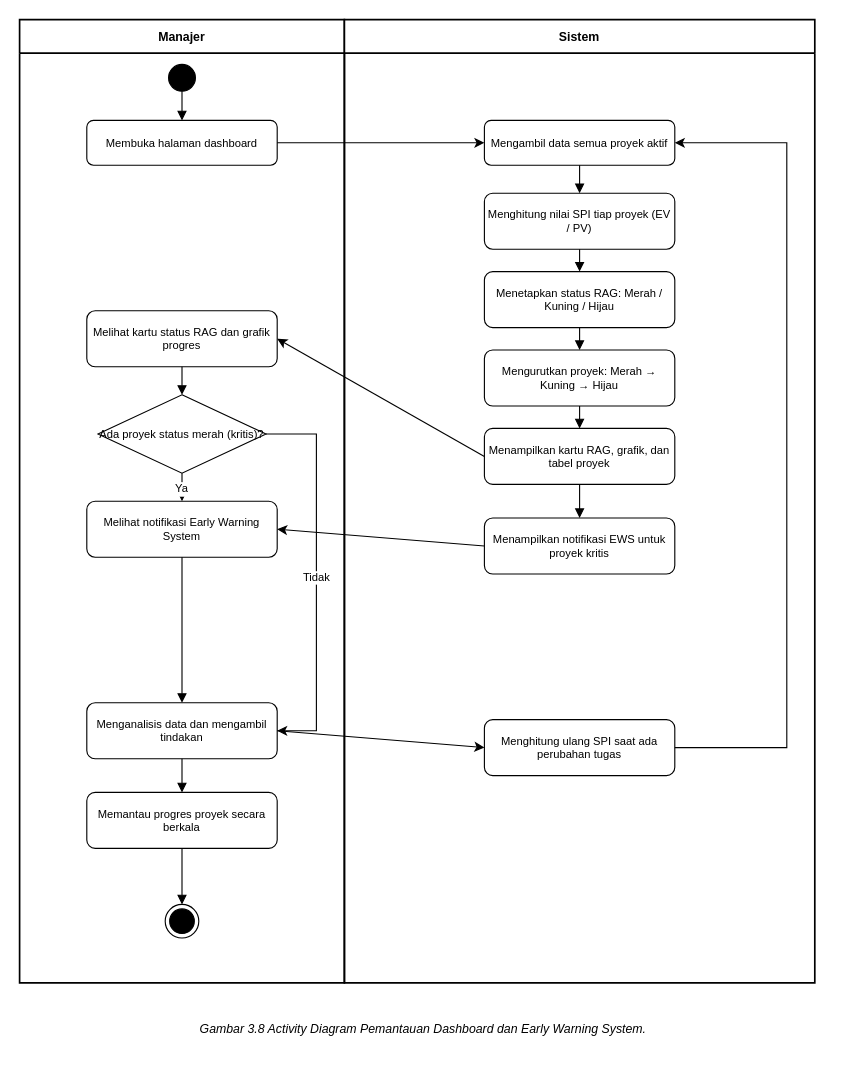
The draw.io diagram diagram/ai/Activity/AD_KELOLA_DASHBOARD.drawio in evelleura/shi-dashboard, before the edit. Source tidied: cells renumbered, new cells numbered last; positions are measured from the earlier drawing's top-left corner, leaving out a move shared by most shapes. Both pictures are drawn from the tidied source at 112%, with x=0, y=0 at pixel (19, 19).
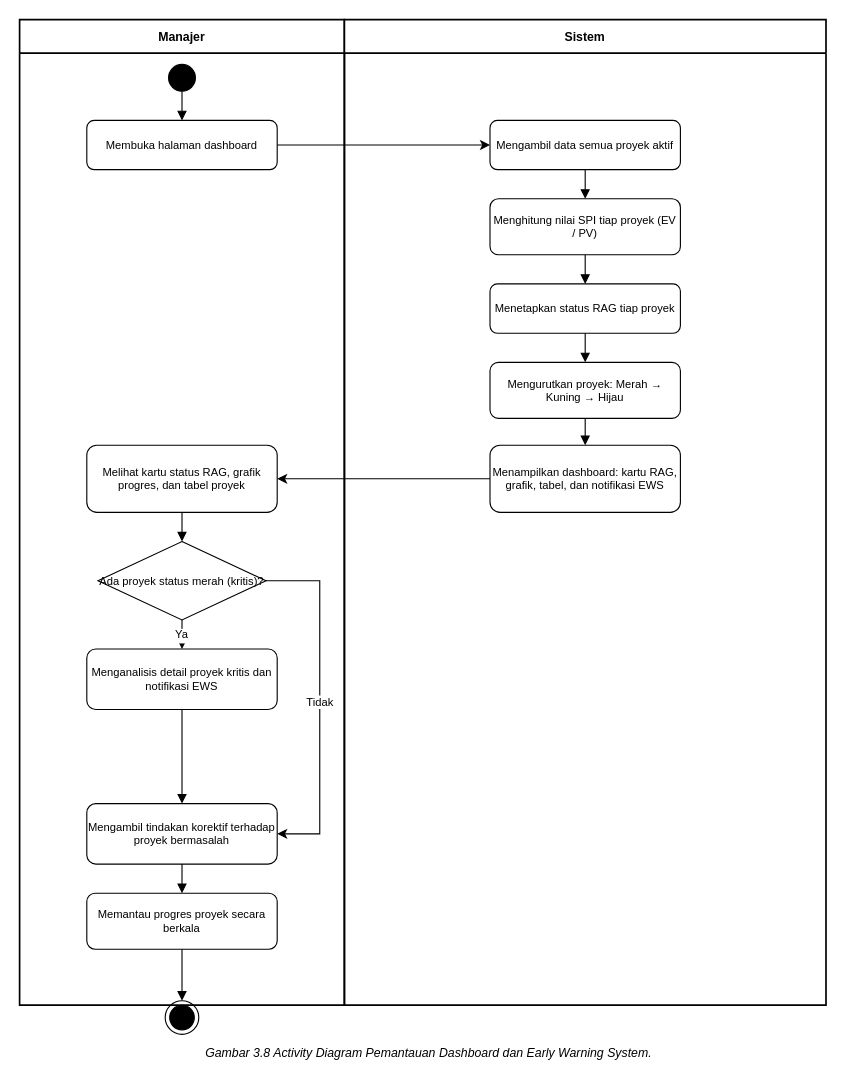
Above is the later version.

Diff of the diagram source:
```diff
@@
     <mxCell id="2" value="Manajer" style="swimlane;startSize=30;fillColor=#FFFFFF;strokeColor=#000000;strokeWidth=1.5;fontSize=11;fontStyle=1;fontColor=#000000;" parent="1" vertex="1">
-      <mxGeometry width="290" height="860" as="geometry" />
+      <mxGeometry width="290" height="880" as="geometry" />
     </mxCell>
@@
     <mxCell id="4" value="Membuka halaman dashboard" style="rounded=1;whiteSpace=wrap;html=1;fillColor=#FFFFFF;strokeColor=#000000;strokeWidth=1;fontSize=10;fontColor=#000000;" parent="2" vertex="1">
-      <mxGeometry x="60" y="90" width="170" height="40" as="geometry" />
+      <mxGeometry x="60" y="90" width="170" height="44" as="geometry" />
     </mxCell>
-    <mxCell id="5" value="Melihat kartu status RAG dan grafik progres" style="rounded=1;whiteSpace=wrap;html=1;fillColor=#FFFFFF;strokeColor=#000000;strokeWidth=1;fontSize=10;fontColor=#000000;" parent="2" vertex="1">
-      <mxGeometry x="60" y="260" width="170" height="50" as="geometry" />
+    <mxCell id="5" value="Melihat kartu status RAG, grafik progres, dan tabel proyek" style="rounded=1;whiteSpace=wrap;html=1;fillColor=#FFFFFF;strokeColor=#000000;strokeWidth=1;fontSize=10;fontColor=#000000;" parent="2" vertex="1">
+      <mxGeometry x="60" y="380" width="170" height="60" as="geometry" />
     </mxCell>
     <mxCell id="6" value="Ada proyek status merah (kritis)?" style="rhombus;whiteSpace=wrap;html=1;fillColor=#FFFFFF;strokeColor=#000000;strokeWidth=1;fontSize=10;fontColor=#000000;" parent="2" vertex="1">
-      <mxGeometry x="70" y="335" width="150" height="70" as="geometry" />
+      <mxGeometry x="70" y="466" width="150" height="70" as="geometry" />
     </mxCell>
-    <mxCell id="7" value="Melihat notifikasi Early Warning System" style="rounded=1;whiteSpace=wrap;html=1;fillColor=#FFFFFF;strokeColor=#000000;strokeWidth=1;fontSize=10;fontColor=#000000;" parent="2" vertex="1">
-      <mxGeometry x="60" y="430" width="170" height="50" as="geometry" />
+    <mxCell id="7" value="Menganalisis detail proyek kritis dan notifikasi EWS" style="rounded=1;whiteSpace=wrap;html=1;fillColor=#FFFFFF;strokeColor=#000000;strokeWidth=1;fontSize=10;fontColor=#000000;" parent="2" vertex="1">
+      <mxGeometry x="60" y="562" width="170" height="54" as="geometry" />
     </mxCell>
-    <mxCell id="8" value="Menganalisis data dan mengambil tindakan" style="rounded=1;whiteSpace=wrap;html=1;fillColor=#FFFFFF;strokeColor=#000000;strokeWidth=1;fontSize=10;fontColor=#000000;" parent="2" vertex="1">
-      <mxGeometry x="60" y="610" width="170" height="50" as="geometry" />
+    <mxCell id="8" value="Mengambil tindakan korektif terhadap proyek bermasalah" style="rounded=1;whiteSpace=wrap;html=1;fillColor=#FFFFFF;strokeColor=#000000;strokeWidth=1;fontSize=10;fontColor=#000000;" parent="2" vertex="1">
+      <mxGeometry x="60" y="700" width="170" height="54" as="geometry" />
     </mxCell>
     <mxCell id="9" value="Memantau progres proyek secara berkala" style="rounded=1;whiteSpace=wrap;html=1;fillColor=#FFFFFF;strokeColor=#000000;strokeWidth=1;fontSize=10;fontColor=#000000;" parent="2" vertex="1">
-      <mxGeometry x="60" y="690" width="170" height="50" as="geometry" />
+      <mxGeometry x="60" y="780" width="170" height="50" as="geometry" />
     </mxCell>
-    <mxCell id="10" style="ellipse;html=1;shape=endState;fillColor=strokeColor;" parent="2" vertex="1">
-      <mxGeometry x="130" y="790" width="30" height="30" as="geometry" />
-    </mxCell>
+    <mxCell id="37" style="ellipse;html=1;shape=endState;fillColor=strokeColor;" parent="2" vertex="1">
+      <mxGeometry x="130" y="876" width="30" height="30" as="geometry" />
+    </mxCell>
     <mxCell id="11" value="Sistem" style="swimlane;startSize=30;fillColor=#FFFFFF;strokeColor=#000000;strokeWidth=1.5;fontSize=11;fontStyle=1;fontColor=#000000;" parent="1" vertex="1">
-      <mxGeometry x="290" width="420" height="860" as="geometry" />
+      <mxGeometry x="290" width="430" height="880" as="geometry" />
     </mxCell>
     <mxCell id="12" value="Mengambil data semua proyek aktif" style="rounded=1;whiteSpace=wrap;html=1;fillColor=#FFFFFF;strokeColor=#000000;strokeWidth=1;fontSize=10;fontColor=#000000;" parent="11" vertex="1">
-      <mxGeometry x="125" y="90" width="170" height="40" as="geometry" />
+      <mxGeometry x="130" y="90" width="170" height="44" as="geometry" />
     </mxCell>
     <mxCell id="13" value="Menghitung nilai SPI tiap proyek (EV / PV)" style="rounded=1;whiteSpace=wrap;html=1;fillColor=#FFFFFF;strokeColor=#000000;strokeWidth=1;fontSize=10;fontColor=#000000;" parent="11" vertex="1">
-      <mxGeometry x="125" y="155" width="170" height="50" as="geometry" />
+      <mxGeometry x="130" y="160" width="170" height="50" as="geometry" />
     </mxCell>
-    <mxCell id="14" value="Menetapkan status RAG: Merah / Kuning / Hijau" style="rounded=1;whiteSpace=wrap;html=1;fillColor=#FFFFFF;strokeColor=#000000;strokeWidth=1;fontSize=10;fontColor=#000000;" parent="11" vertex="1">
-      <mxGeometry x="125" y="225" width="170" height="50" as="geometry" />
+    <mxCell id="14" value="Menetapkan status RAG tiap proyek" style="rounded=1;whiteSpace=wrap;html=1;fillColor=#FFFFFF;strokeColor=#000000;strokeWidth=1;fontSize=10;fontColor=#000000;" parent="11" vertex="1">
+      <mxGeometry x="130" y="236" width="170" height="44" as="geometry" />
     </mxCell>
     <mxCell id="15" value="Mengurutkan proyek: Merah → Kuning → Hijau" style="rounded=1;whiteSpace=wrap;html=1;fillColor=#FFFFFF;strokeColor=#000000;strokeWidth=1;fontSize=10;fontColor=#000000;" parent="11" vertex="1">
-      <mxGeometry x="125" y="295" width="170" height="50" as="geometry" />
+      <mxGeometry x="130" y="306" width="170" height="50" as="geometry" />
     </mxCell>
-    <mxCell id="16" value="Menampilkan kartu RAG, grafik, dan tabel proyek" style="rounded=1;whiteSpace=wrap;html=1;fillColor=#FFFFFF;strokeColor=#000000;strokeWidth=1;fontSize=10;fontColor=#000000;" parent="11" vertex="1">
-      <mxGeometry x="125" y="365" width="170" height="50" as="geometry" />
+    <mxCell id="16" value="Menampilkan dashboard: kartu RAG, grafik, tabel, dan notifikasi EWS" style="rounded=1;whiteSpace=wrap;html=1;fillColor=#FFFFFF;strokeColor=#000000;strokeWidth=1;fontSize=10;fontColor=#000000;" parent="11" vertex="1">
+      <mxGeometry x="130" y="380" width="170" height="60" as="geometry" />
     </mxCell>
-    <mxCell id="17" value="Menampilkan notifikasi EWS untuk proyek kritis" style="rounded=1;whiteSpace=wrap;html=1;fillColor=#FFFFFF;strokeColor=#000000;strokeWidth=1;fontSize=10;fontColor=#000000;" parent="11" vertex="1">
-      <mxGeometry x="125" y="445" width="170" height="50" as="geometry" />
-    </mxCell>
-    <mxCell id="18" value="Menghitung ulang SPI saat ada perubahan tugas" style="rounded=1;whiteSpace=wrap;html=1;fillColor=#FFFFFF;strokeColor=#000000;strokeWidth=1;fontSize=10;fontColor=#000000;" parent="11" vertex="1">
-      <mxGeometry x="125" y="625" width="170" height="50" as="geometry" />
-    </mxCell>
@@
     <mxCell id="22" value="Tidak" style="endArrow=classic;html=1;rounded=0;strokeColor=#000000;strokeWidth=1;fontSize=10;fontColor=#000000;exitX=1;exitY=0.5;entryX=1;entryY=0.5;" parent="2" edge="1" source="6" target="8">
       <mxGeometry relative="1" as="geometry">
         <Array as="points">
-          <mxPoint x="265" y="370" />
-          <mxPoint x="265" y="635" />
+          <mxPoint x="268" y="501" />
+          <mxPoint x="268" y="727" />
         </Array>
       </mxGeometry>
     </mxCell>
@@
-    <mxCell id="25" style="endArrow=block;endFill=1;strokeColor=#000000;strokeWidth=1;exitX=0.5;exitY=1;entryX=0.5;entryY=0;" parent="2" edge="1" source="9" target="10">
+    <mxCell id="25" style="endArrow=block;endFill=1;strokeColor=#000000;strokeWidth=1;exitX=0.5;exitY=1;entryX=0.5;entryY=0;" parent="2" edge="1" source="9" target="37">
       <mxGeometry relative="1" as="geometry" />
     </mxCell>
@@
-    <mxCell id="30" style="endArrow=block;endFill=1;strokeColor=#000000;strokeWidth=1;exitX=0.5;exitY=1;entryX=0.5;entryY=0;" parent="11" edge="1" source="16" target="17">
-      <mxGeometry relative="1" as="geometry" />
-    </mxCell>
@@
-    <mxCell id="33" style="endArrow=classic;html=1;rounded=0;strokeColor=#000000;strokeWidth=1;exitX=0;exitY=0.5;entryX=1;entryY=0.5;" parent="1" edge="1" source="17" target="7">
-      <mxGeometry relative="1" as="geometry" />
-    </mxCell>
-    <mxCell id="34" style="endArrow=classic;html=1;rounded=0;strokeColor=#000000;strokeWidth=1;exitX=1;exitY=0.5;entryX=0;entryY=0.5;" parent="1" edge="1" source="8" target="18">
-      <mxGeometry relative="1" as="geometry" />
-    </mxCell>
-    <mxCell id="35" style="endArrow=classic;html=1;rounded=0;strokeColor=#000000;strokeWidth=1;exitX=1;exitY=0.5;entryX=1;entryY=0.5;" parent="11" edge="1" source="18" target="12">
-      <mxGeometry relative="1" as="geometry">
-        <Array as="points">
-          <mxPoint x="395" y="650" />
-          <mxPoint x="395" y="110" />
-        </Array>
-      </mxGeometry>
-    </mxCell>
     <mxCell id="36" value="Gambar 3.8 Activity Diagram Pemantauan Dashboard dan Early Warning System." style="text;html=1;align=center;verticalAlign=middle;strokeColor=none;fillColor=none;fontStyle=2;fontSize=11;fontColor=#000000;" parent="1" vertex="1">
-      <mxGeometry y="886" width="720" height="30" as="geometry" />
+      <mxGeometry y="908" width="730" height="30" as="geometry" />
     </mxCell>
```
